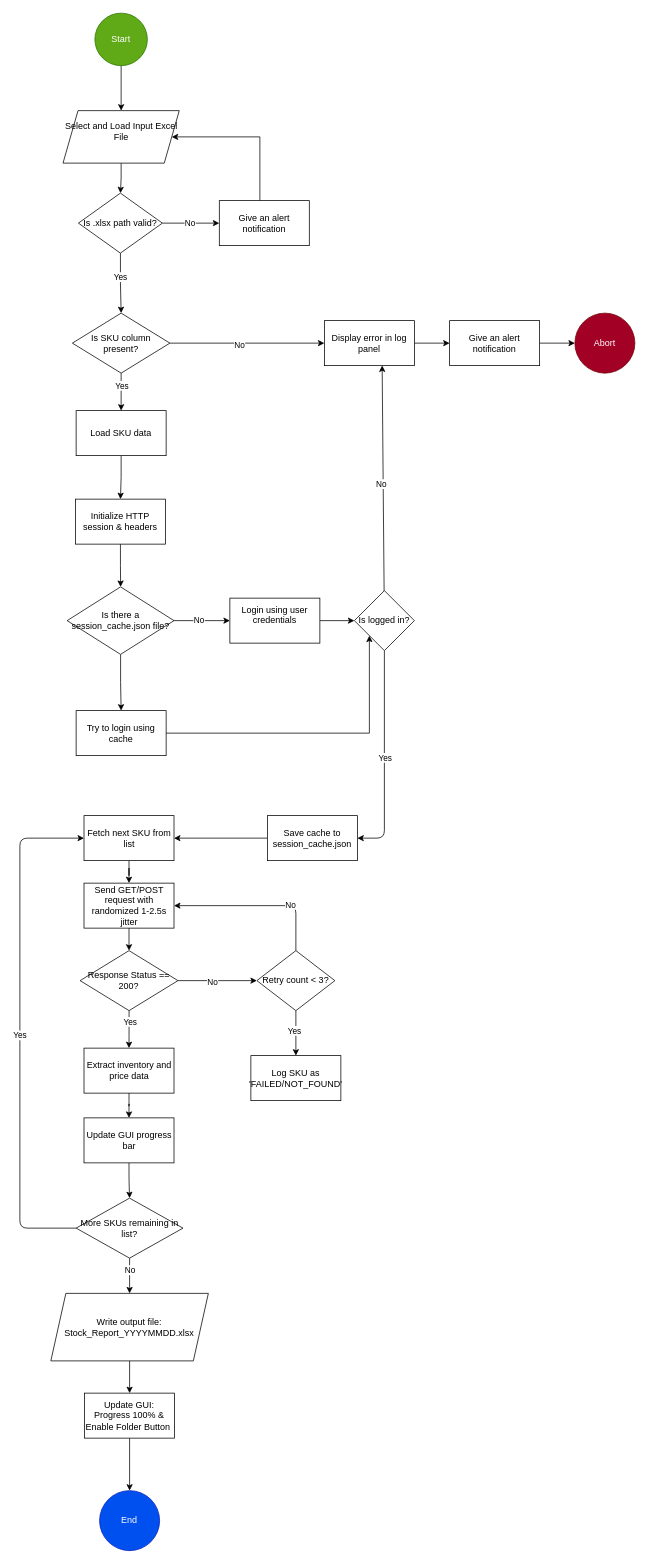
Earlier version of the draw.io diagram flowchart.drawio (sedat-yazici/stock-controller). Source tidied: cells renumbered, new cells numbered last; positions are measured from the earlier drawing's top-left corner, leaving out a move shared by most shapes. Both pictures are drawn from the tidied source at 75%, with x=0, y=0 at pixel (20, 13).
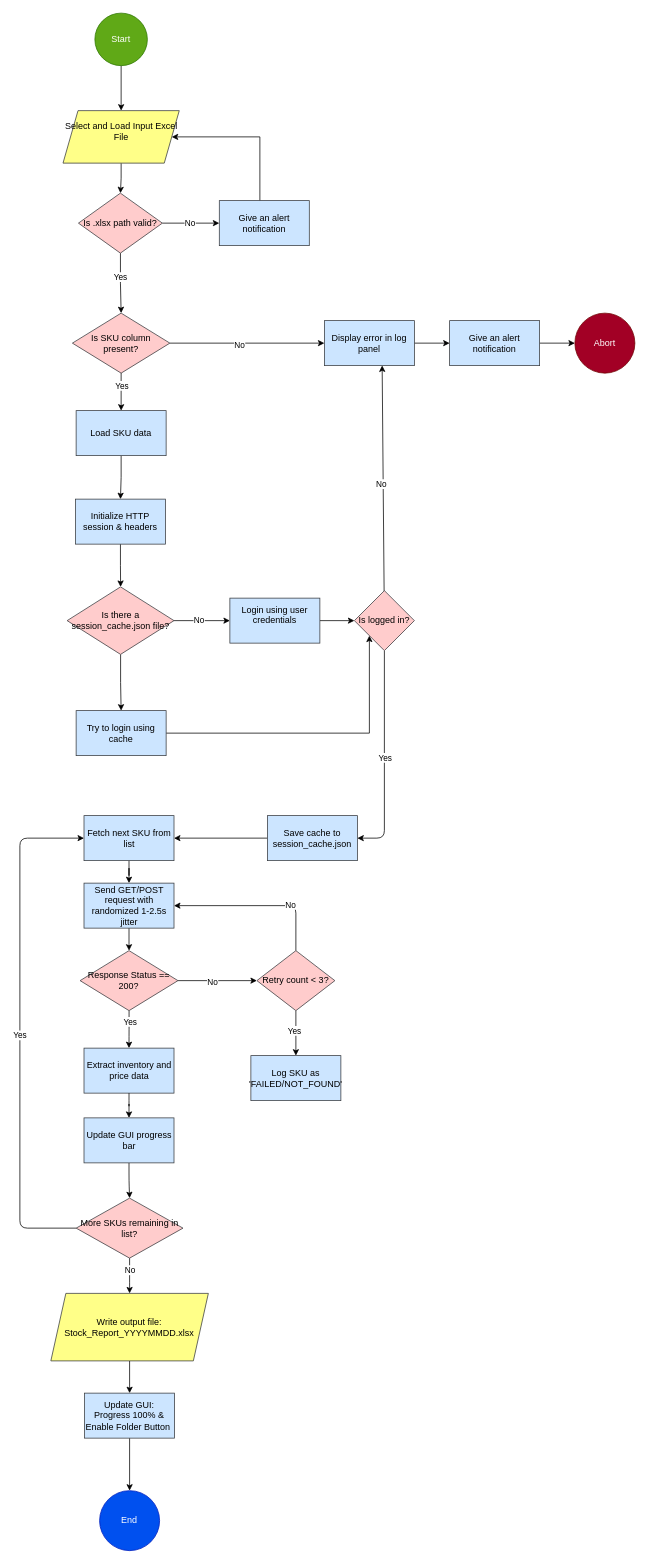
After the change.

Commit message:
flowchart.drawio renk güncelle

The edit, as a diff of the source:
```diff
@@
-    <mxCell id="5" value="&#10;Select and Load Input Excel File&#10;&#10;" style="shape=parallelogram;perimeter=parallelogramPerimeter;whiteSpace=wrap;html=1;shapeInside=1;fixedSize=1;" parent="1" vertex="1">
+    <mxCell id="5" value="&#10;Select and Load Input Excel File&#10;&#10;" style="shape=parallelogram;perimeter=parallelogramPerimeter;whiteSpace=wrap;html=1;shapeInside=1;fixedSize=1;fillColor=#ffff88;strokeColor=light-dark(#36393d, #cde708);" parent="1" vertex="1">
       <mxGeometry x="57.5" y="130" width="155" height="70" as="geometry" />
     </mxCell>
@@
-    <mxCell id="10" value="Is .xlsx path valid?" style="rhombus;whiteSpace=wrap;html=1;shapeInside=1;" parent="1" vertex="1">
+    <mxCell id="10" value="Is .xlsx path valid?" style="rhombus;whiteSpace=wrap;html=1;shapeInside=1;fillColor=#ffcccc;strokeColor=#36393d;" parent="1" vertex="1">
       <mxGeometry x="78.1" y="240" width="111.9" height="80" as="geometry" />
     </mxCell>
@@
-    <mxCell id="12" value="Give an alert notification" style="whiteSpace=wrap;html=1;" parent="1" vertex="1">
+    <mxCell id="12" value="Give an alert notification" style="whiteSpace=wrap;html=1;fillColor=#cce5ff;strokeColor=#36393d;" parent="1" vertex="1">
       <mxGeometry x="265.9" y="250" width="120" height="60" as="geometry" />
     </mxCell>
@@
-    <mxCell id="16" value="Is SKU column present?" style="rhombus;whiteSpace=wrap;html=1;shapeInside=1;" parent="1" vertex="1">
+    <mxCell id="16" value="Is SKU column present?" style="rhombus;whiteSpace=wrap;html=1;shapeInside=1;fillColor=#ffcccc;strokeColor=#36393d;" parent="1" vertex="1">
       <mxGeometry x="70" y="400" width="130" height="80" as="geometry" />
     </mxCell>
@@
-    <mxCell id="18" value="Initialize HTTP session &amp;amp; headers" style="whiteSpace=wrap;html=1;" parent="1" vertex="1">
+    <mxCell id="18" value="Initialize HTTP session &amp;amp; headers" style="whiteSpace=wrap;html=1;fillColor=#cce5ff;strokeColor=#36393d;" parent="1" vertex="1">
       <mxGeometry x="74.1" y="648" width="120" height="60" as="geometry" />
     </mxCell>
@@
-    <mxCell id="20" value="Display error in log panel" style="whiteSpace=wrap;html=1;" parent="1" vertex="1">
+    <mxCell id="20" value="Display error in log panel" style="whiteSpace=wrap;html=1;fillColor=#cce5ff;strokeColor=#36393d;" parent="1" vertex="1">
       <mxGeometry x="406" y="410" width="120" height="60" as="geometry" />
     </mxCell>
@@
-    <mxCell id="22" value="Give an alert notification" style="whiteSpace=wrap;html=1;" parent="1" vertex="1">
+    <mxCell id="22" value="Give an alert notification" style="whiteSpace=wrap;html=1;fillColor=#cce5ff;strokeColor=#36393d;" parent="1" vertex="1">
       <mxGeometry x="573" y="410" width="120" height="60" as="geometry" />
     </mxCell>
@@
-    <mxCell id="27" value="Is there a session_cache.json file?" style="rhombus;whiteSpace=wrap;html=1;shapeInside=1;" parent="1" vertex="1">
+    <mxCell id="27" value="Is there a session_cache.json file?" style="rhombus;whiteSpace=wrap;html=1;shapeInside=1;fillColor=#ffcccc;strokeColor=#36393d;" parent="1" vertex="1">
       <mxGeometry x="63" y="765" width="142.5" height="90" as="geometry" />
     </mxCell>
@@
-    <mxCell id="29" value="Try to login using cache" style="whiteSpace=wrap;html=1;" parent="1" vertex="1">
+    <mxCell id="29" value="Try to login using cache" style="whiteSpace=wrap;html=1;fillColor=#cce5ff;strokeColor=#36393d;" parent="1" vertex="1">
       <mxGeometry x="75" y="930" width="120" height="60" as="geometry" />
     </mxCell>
@@
-    <mxCell id="31" value="Login using user credentials&lt;div&gt;&lt;br&gt;&lt;/div&gt;" style="whiteSpace=wrap;html=1;" parent="1" vertex="1">
+    <mxCell id="31" value="Login using user credentials&lt;div&gt;&lt;br&gt;&lt;/div&gt;" style="whiteSpace=wrap;html=1;fillColor=#cce5ff;strokeColor=#36393d;" parent="1" vertex="1">
       <mxGeometry x="280" y="780" width="120" height="60" as="geometry" />
     </mxCell>
@@
-    <mxCell id="34" value="Is logged in?" style="rhombus;whiteSpace=wrap;html=1;shapeInside=1;" parent="1" vertex="1">
+    <mxCell id="34" value="Is logged in?" style="rhombus;whiteSpace=wrap;html=1;shapeInside=1;fillColor=#ffcccc;strokeColor=#36393d;" parent="1" vertex="1">
       <mxGeometry x="446" y="770" width="80" height="80" as="geometry" />
     </mxCell>
@@
-    <mxCell id="38" value="Save cache to session_cache.json" style="whiteSpace=wrap;html=1;" parent="1" vertex="1">
+    <mxCell id="38" value="Save cache to session_cache.json" style="whiteSpace=wrap;html=1;fillColor=#cce5ff;strokeColor=#36393d;" parent="1" vertex="1">
       <mxGeometry x="330" y="1070" width="120" height="60" as="geometry" />
     </mxCell>
@@
-    <mxCell id="41" value="Load SKU data" style="rounded=0;whiteSpace=wrap;html=1;" parent="1" vertex="1">
+    <mxCell id="41" value="Load SKU data" style="rounded=0;whiteSpace=wrap;html=1;fillColor=#cce5ff;strokeColor=#36393d;" parent="1" vertex="1">
       <mxGeometry x="75" y="530" width="120" height="60" as="geometry" />
     </mxCell>
@@
-    <mxCell id="43" value="Fetch next SKU from list" style="whiteSpace=wrap;html=1;" parent="1" vertex="1">
+    <mxCell id="43" value="Fetch next SKU from list" style="whiteSpace=wrap;html=1;fillColor=#cce5ff;strokeColor=#36393d;" parent="1" vertex="1">
       <mxGeometry x="85.5" y="1070" width="120" height="60" as="geometry" />
     </mxCell>
@@
-    <mxCell id="45" value="Send GET/POST request with randomized 1-2.5s jitter" style="whiteSpace=wrap;html=1;" parent="1" vertex="1">
+    <mxCell id="45" value="Send GET/POST request with randomized 1-2.5s jitter" style="whiteSpace=wrap;html=1;fillColor=#cce5ff;strokeColor=#36393d;" parent="1" vertex="1">
       <mxGeometry x="85.5" y="1160" width="120" height="60" as="geometry" />
     </mxCell>
@@
-    <mxCell id="50" value="Response Status == 200?" style="rhombus;whiteSpace=wrap;html=1;shapeInside=1;" parent="1" vertex="1">
+    <mxCell id="50" value="Response Status == 200?" style="rhombus;whiteSpace=wrap;html=1;shapeInside=1;fillColor=#ffcccc;strokeColor=#36393d;" parent="1" vertex="1">
       <mxGeometry x="80.3" y="1250" width="130.5" height="80" as="geometry" />
     </mxCell>
@@
-    <mxCell id="55" value="Retry count &amp;lt; 3?" style="rhombus;whiteSpace=wrap;html=1;shapeInside=1;" parent="1" vertex="1">
+    <mxCell id="55" value="Retry count &amp;lt; 3?" style="rhombus;whiteSpace=wrap;html=1;shapeInside=1;fillColor=#ffcccc;strokeColor=#36393d;" parent="1" vertex="1">
       <mxGeometry x="316" y="1250" width="104" height="80" as="geometry" />
     </mxCell>
-    <mxCell id="56" value="Log SKU as 'FAILED/NOT_FOUND'" style="whiteSpace=wrap;html=1;" parent="1" vertex="1">
+    <mxCell id="56" value="Log SKU as 'FAILED/NOT_FOUND'" style="whiteSpace=wrap;html=1;strokeColor=#36393d;align=center;verticalAlign=middle;fontFamily=Helvetica;fontSize=12;fontColor=default;fillColor=#cce5ff;" parent="1" vertex="1">
       <mxGeometry x="308" y="1390" width="120" height="60" as="geometry" />
     </mxCell>
@@
-    <mxCell id="58" value="Extract inventory and price data" style="whiteSpace=wrap;html=1;" parent="1" vertex="1">
+    <mxCell id="58" value="Extract inventory and price data" style="whiteSpace=wrap;html=1;fillColor=#cce5ff;strokeColor=#36393d;" parent="1" vertex="1">
       <mxGeometry x="85.5" y="1380" width="120" height="60" as="geometry" />
     </mxCell>
@@
-    <mxCell id="63" value="More SKUs remaining in list?" style="rhombus;whiteSpace=wrap;html=1;shapeInside=1;" parent="1" vertex="1">
+    <mxCell id="63" value="More SKUs remaining in list?" style="rhombus;whiteSpace=wrap;html=1;shapeInside=1;fillColor=#ffcccc;strokeColor=#36393d;" parent="1" vertex="1">
       <mxGeometry x="75" y="1580" width="142.5" height="80" as="geometry" />
     </mxCell>
@@
-    <mxCell id="65" value="Write output file: Stock_Report_YYYYMMDD.xlsx" style="shape=parallelogram;perimeter=parallelogramPerimeter;whiteSpace=wrap;html=1;shapeInside=1;fixedSize=1;" parent="1" vertex="1">
+    <mxCell id="65" value="Write output file: Stock_Report_YYYYMMDD.xlsx" style="shape=parallelogram;perimeter=parallelogramPerimeter;whiteSpace=wrap;html=1;shapeInside=1;fixedSize=1;strokeColor=light-dark(#36393d, #cde708);align=center;verticalAlign=middle;fontFamily=Helvetica;fontSize=12;fontColor=default;fillColor=#ffff88;" parent="1" vertex="1">
       <mxGeometry x="41.3" y="1707" width="210" height="90" as="geometry" />
     </mxCell>
@@
-    <mxCell id="67" value="Update GUI progress bar" style="whiteSpace=wrap;html=1;" parent="1" vertex="1">
+    <mxCell id="67" value="Update GUI progress bar" style="whiteSpace=wrap;html=1;fillColor=#cce5ff;strokeColor=#36393d;" parent="1" vertex="1">
       <mxGeometry x="85.5" y="1473" width="120" height="60" as="geometry" />
     </mxCell>
@@
-    <mxCell id="69" value="Update GUI: Progress 100% &amp;amp; Enable Folder Button&amp;nbsp;" style="whiteSpace=wrap;html=1;" parent="1" vertex="1">
+    <mxCell id="69" value="Update GUI: Progress 100% &amp;amp; Enable Folder Button&amp;nbsp;" style="whiteSpace=wrap;html=1;fillColor=#cce5ff;strokeColor=#36393d;" parent="1" vertex="1">
       <mxGeometry x="86.3" y="1840" width="120" height="60" as="geometry" />
     </mxCell>
```
